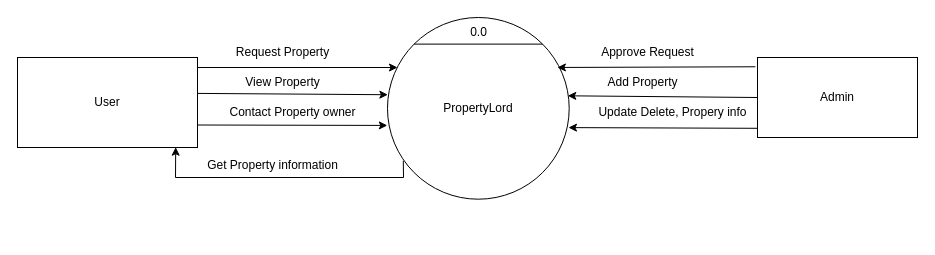
Suresh-Tamang/propertylord keeps this draw.io diagram as Documentation/dfd.drawio. Above is the earlier version. Source tidied: cells renumbered, new cells numbered last; positions are measured from the earlier drawing's top-left corner, leaving out a move shared by most shapes. Both pictures are drawn from the tidied source at 100%, with x=0, y=0 at pixel (17, 17).
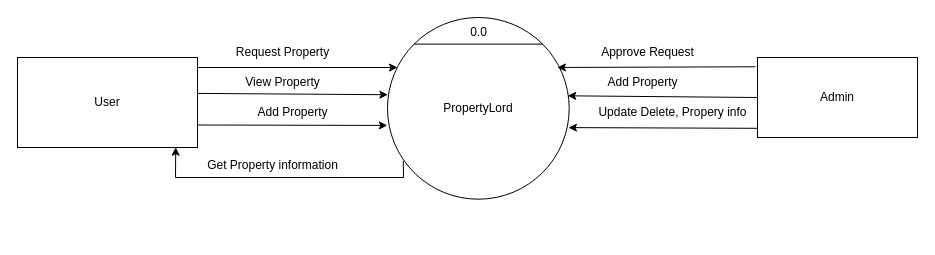
Above is the later version.

Diff of the diagram source:
```diff
@@
-    <mxCell id="20" value="Contact Property owner" style="text;html=1;align=center;verticalAlign=middle;strokeColor=none;fillColor=none;" parent="1" vertex="1">
-      <mxGeometry x="200" y="80" width="150" height="30" as="geometry" />
+    <mxCell id="20" value="Add Property" style="text;html=1;align=center;verticalAlign=middle;strokeColor=none;fillColor=none;" parent="1" vertex="1">
+      <mxGeometry x="230" y="80" width="90" height="30" as="geometry" />
     </mxCell>
```
